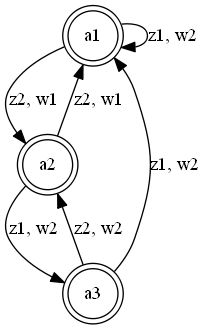
iandreyshev/AutomataTheory keeps this Graphviz diagram as MealyMachine/minimize.png. Above is the earlier version. Its source is kept beside it as MealyMachine/minimize.dot.
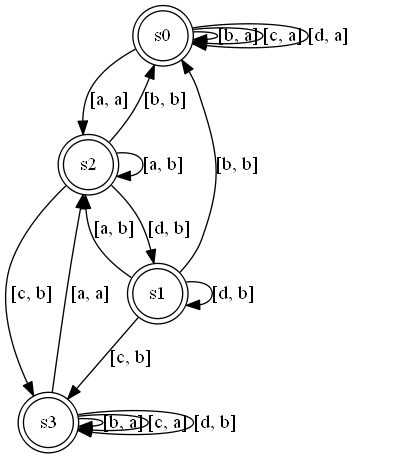
Later version of the same file.

What changed in the source:
```diff
@@ -1,11 +1,22 @@
 digraph G{
-0 [shape="doublecircle"label="a1"];
-1 [shape="doublecircle"label="a2"];
-2 [shape="doublecircle"label="a3"];
-0->0 [label="z1, w2 "];
-1->2 [label="z1, w2 "];
-2->0 [label="z1, w2 "];
-0->1 [label="z2, w1 "];
-1->0 [label="z2, w1 "];
-2->1 [label="z2, w2 "];
+0 [shape="doublecircle"label="s0"];
+1 [shape="doublecircle"label="s1"];
+2 [shape="doublecircle"label="s2"];
+3 [shape="doublecircle"label="s3"];
+0->2 [label="[a, a] "];
+1->2 [label="[a, b] "];
+2->2 [label="[a, b] "];
+3->2 [label="[a, a] "];
+0->0 [label="[b, a] "];
+1->0 [label="[b, b] "];
+2->0 [label="[b, b] "];
+3->3 [label="[b, a] "];
+0->0 [label="[c, a] "];
+1->3 [label="[c, b] "];
+2->3 [label="[c, b] "];
+3->3 [label="[c, a] "];
+0->0 [label="[d, a] "];
+1->1 [label="[d, b] "];
+2->1 [label="[d, b] "];
+3->3 [label="[d, b] "];
 }
```
